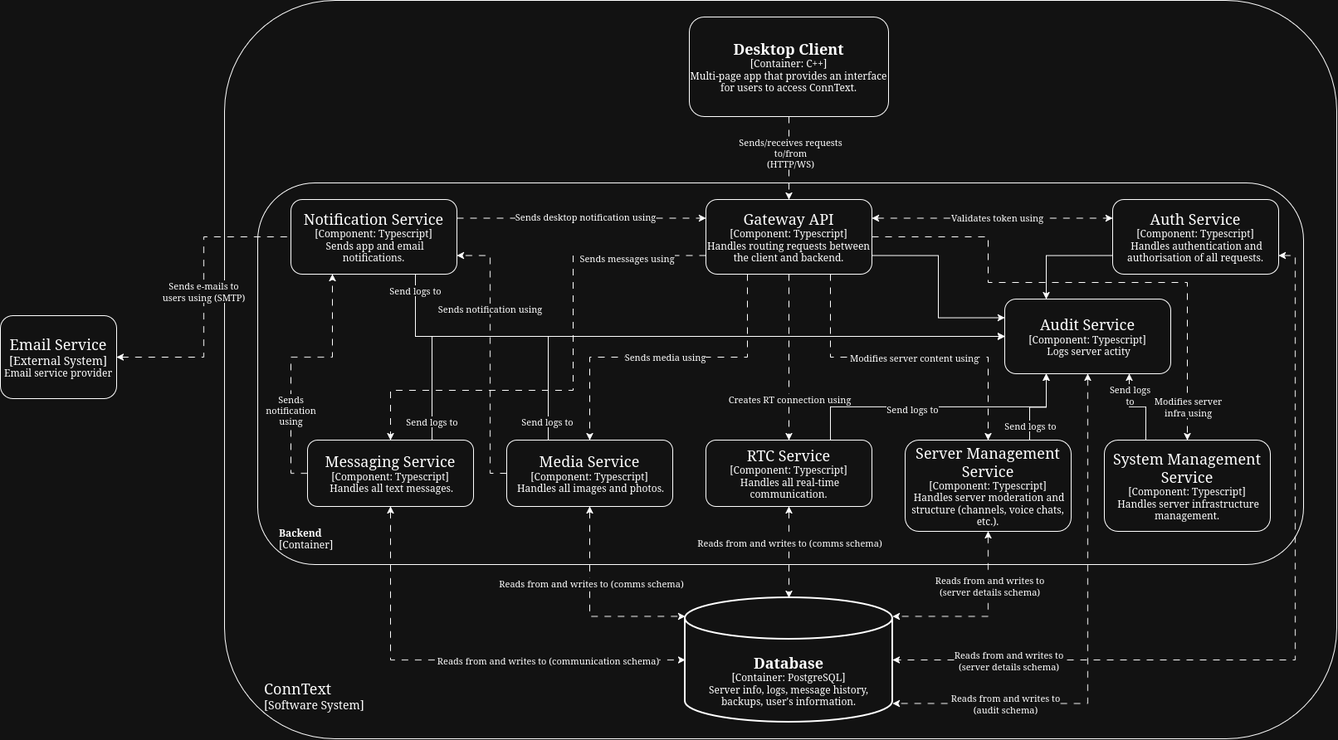
Before: Design/Architecture/Images/BackendComponentDiagram.png, a diagram exported from draw.io (Mx-Angel/ConnText-Docs). Source tidied: cells renumbered, new cells last; positions are measured from the earlier drawing's top-left corner, leaving out a move shared by most shapes.
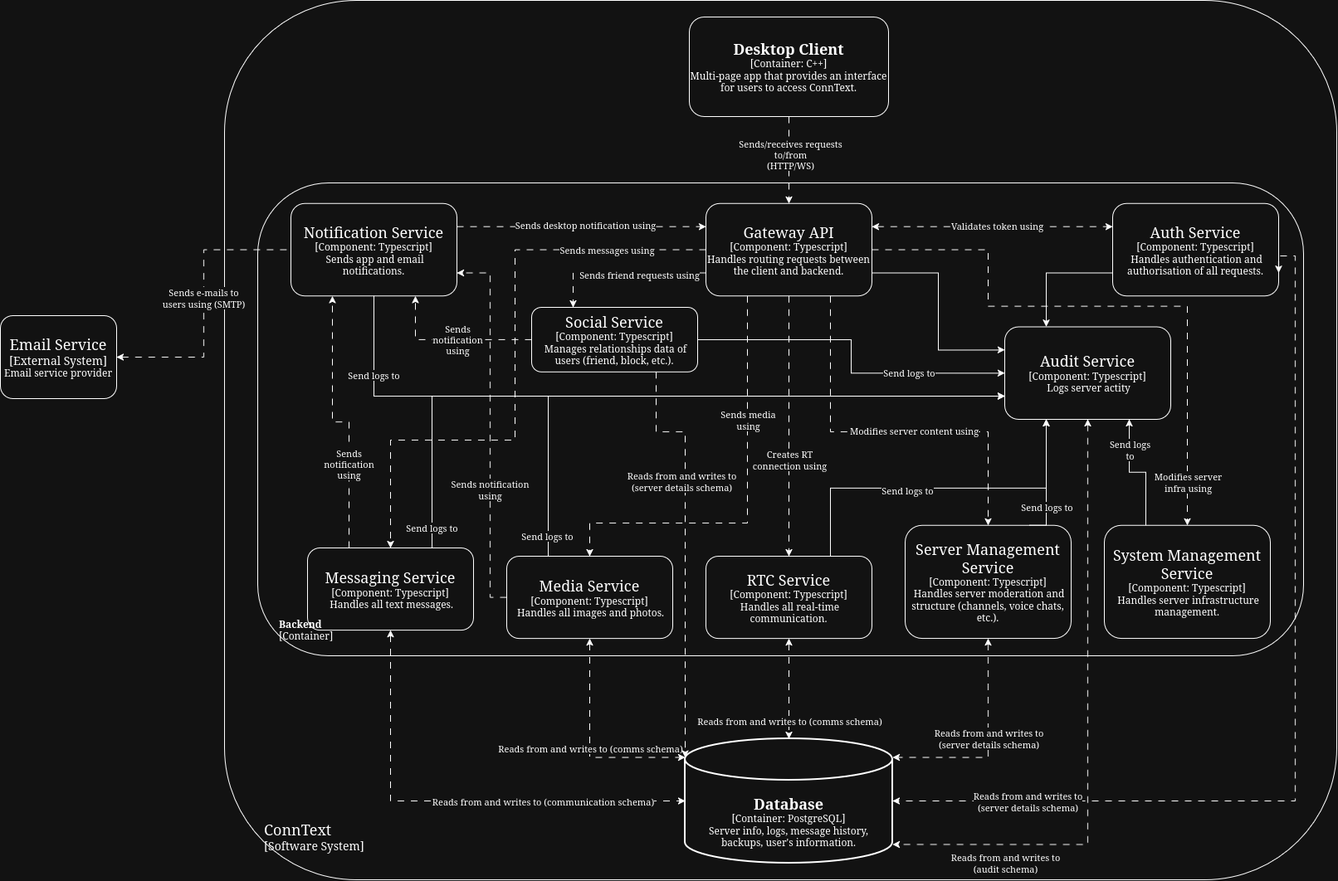
The same file after the commit.

Commit message:
Add social endpoints and microservice

- Add endpoints for social microservice
- Add error responses for social endpoints
- Update component diagram with social microservice

Change to the diagram source:
```diff
@@ -5,3 +5,3 @@
     <mxCell id="2" value="&lt;div&gt;&lt;font style=&quot;font-size: 18px;&quot;&gt;ConnText&lt;/font&gt;&lt;/div&gt;&lt;div&gt;&lt;font style=&quot;font-size: 14px;&quot;&gt;[Software System]&lt;/font&gt;&lt;/div&gt;" style="rounded=1;whiteSpace=wrap;html=1;labelBackgroundColor=none;fillColor=none;align=left;verticalAlign=bottom;labelPosition=center;verticalLabelPosition=middle;spacingBottom=30;spacingLeft=46;" parent="1" vertex="1">
-      <mxGeometry x="270" width="1340" height="890" as="geometry" />
+      <mxGeometry x="270" width="1340" height="1060" as="geometry" />
     </mxCell>
@@ -26,3 +26,3 @@
     <mxCell id="9" style="group;" parent="1" vertex="1">
-      <mxGeometry x="825" y="720" width="250" height="150" as="geometry" />
+      <mxGeometry x="825" y="890" width="250" height="150" as="geometry" />
     </mxCell>
@@ -37,6 +37,6 @@
     <mxCell id="12" style="group;fillColor=none;" parent="1" vertex="1">
-      <mxGeometry x="310" y="220" width="1280" height="460" as="geometry" />
+      <mxGeometry x="310" y="220" width="1280" height="570" as="geometry" />
     </mxCell>
     <mxCell id="13" value="&lt;div&gt;&lt;font&gt;&lt;b&gt;Backend&lt;/b&gt;&lt;/font&gt;&lt;/div&gt;&lt;div&gt;[Container]&lt;/div&gt;" style="rounded=1;whiteSpace=wrap;html=1;backgroundOutline=0;gradientColor=none;fillColor=none;align=left;verticalAlign=bottom;fontSize=12;spacingBottom=14;spacingRight=0;spacingLeft=24;" parent="12" vertex="1">
-      <mxGeometry width="1260" height="460" as="geometry" />
+      <mxGeometry width="1260" height="570" as="geometry" />
     </mxCell>
@@ -51,6 +51,14 @@
     </mxCell>
+    <mxCell id="67" style="edgeStyle=orthogonalEdgeStyle;rounded=0;jettySize=auto;html=1;exitX=0;exitY=0.75;exitDx=0;exitDy=0;entryX=0.25;entryY=0;entryDx=0;entryDy=0;dashed=1;dashPattern=8 8;" parent="12" edge="1" source="17" target="73">
+      <mxGeometry relative="1" as="geometry" />
+    </mxCell>
+    <mxCell id="68" value="Sends friend requests using" style="edgeLabel;html=1;align=center;verticalAlign=middle;" parent="67" vertex="1">
+      <mxGeometry x="-0.29" y="-3" relative="1" as="geometry">
+        <mxPoint x="-9" y="5" as="offset" />
+      </mxGeometry>
+    </mxCell>
     <mxCell id="17" value="&lt;div&gt;&lt;font style=&quot;font-size: 18px;&quot;&gt;Gateway API&lt;/font&gt;&lt;/div&gt;&lt;div&gt;[Component: Typescript]&lt;/div&gt;&lt;div&gt;Handles routing requests between the client and backend.&lt;/div&gt;" style="rounded=1;whiteSpace=wrap;html=1;fillColor=none;" parent="12" vertex="1">
-      <mxGeometry x="540" y="20" width="200" height="90" as="geometry" />
+      <mxGeometry x="540" y="24.8" width="200" height="111.5" as="geometry" />
     </mxCell>
-    <mxCell id="18" style="edgeStyle=orthogonalEdgeStyle;rounded=0;jettySize=auto;html=1;exitX=0;exitY=0.5;exitDx=0;exitDy=0;entryX=0.25;entryY=1;entryDx=0;entryDy=0;dashed=1;dashPattern=8 8;" parent="12" edge="1" source="22" target="53">
+    <mxCell id="18" style="edgeStyle=orthogonalEdgeStyle;rounded=0;jettySize=auto;html=1;exitX=0.25;exitY=0;exitDx=0;exitDy=0;entryX=0.25;entryY=1;entryDx=0;entryDy=0;dashed=1;dashPattern=8 8;" parent="12" edge="1" source="22" target="53">
       <mxGeometry relative="1" as="geometry" />
@@ -60,3 +68,3 @@
     </mxCell>
-    <mxCell id="20" style="edgeStyle=orthogonalEdgeStyle;rounded=0;jettySize=auto;html=1;exitX=0.75;exitY=0;exitDx=0;exitDy=0;entryX=0;entryY=0.5;entryDx=0;entryDy=0;" parent="12" edge="1" source="22" target="54">
+    <mxCell id="20" style="edgeStyle=orthogonalEdgeStyle;rounded=0;jettySize=auto;html=1;exitX=0.75;exitY=0;exitDx=0;exitDy=0;entryX=0;entryY=0.75;entryDx=0;entryDy=0;" parent="12" edge="1" source="22" target="54">
       <mxGeometry relative="1" as="geometry" />
@@ -67,3 +75,3 @@
     <mxCell id="22" value="&lt;div&gt;&lt;font style=&quot;font-size: 18px;&quot;&gt;Messaging Service&lt;/font&gt;&lt;/div&gt;&lt;div&gt;[Component: Typescript]&lt;/div&gt;&lt;div&gt;&amp;nbsp;Handles all text messages.&lt;/div&gt;" style="rounded=1;whiteSpace=wrap;html=1;fillColor=none;" parent="12" vertex="1">
-      <mxGeometry x="60" y="310" width="200" height="80" as="geometry" />
+      <mxGeometry x="60" y="440" width="200" height="99.1" as="geometry" />
     </mxCell>
@@ -72,4 +80,4 @@
         <Array as="points">
-          <mxPoint x="280" y="350" />
-          <mxPoint x="280" y="88" />
+          <mxPoint x="280" y="500" />
+          <mxPoint x="280" y="108" />
         </Array>
@@ -77,9 +85,13 @@
     </mxCell>
-    <mxCell id="24" value="Sends notification using" style="edgeLabel;html=1;align=center;verticalAlign=middle;" parent="23" vertex="1">
+    <mxCell id="24" value="&lt;div&gt;Sends notification&lt;/div&gt;&lt;div&gt;using&lt;/div&gt;" style="edgeLabel;html=1;align=center;verticalAlign=middle;" parent="23" vertex="1">
       <mxGeometry x="0.01" y="1" relative="1" as="geometry">
-        <mxPoint y="-55" as="offset" />
+        <mxPoint y="79" as="offset" />
       </mxGeometry>
     </mxCell>
-    <mxCell id="25" style="edgeStyle=orthogonalEdgeStyle;rounded=0;jettySize=auto;html=1;exitX=0.25;exitY=0;exitDx=0;exitDy=0;entryX=0;entryY=0.5;entryDx=0;entryDy=0;" parent="12" edge="1" source="27" target="54">
-      <mxGeometry relative="1" as="geometry" />
+    <mxCell id="25" style="edgeStyle=orthogonalEdgeStyle;rounded=0;jettySize=auto;html=1;exitX=0.25;exitY=0;exitDx=0;exitDy=0;entryX=0;entryY=0.75;entryDx=0;entryDy=0;" parent="12" edge="1" source="27" target="54">
+      <mxGeometry relative="1" as="geometry">
+        <Array as="points">
+          <mxPoint x="350" y="257" />
+        </Array>
+      </mxGeometry>
     </mxCell>
@@ -89,6 +101,11 @@
     <mxCell id="27" value="&lt;div&gt;&lt;font style=&quot;font-size: 18px;&quot;&gt;Media Service&lt;/font&gt;&lt;/div&gt;&lt;div&gt;[Component: Typescript]&lt;/div&gt;&lt;div&gt;&amp;nbsp;Handles all images and photos.&lt;/div&gt;" style="rounded=1;whiteSpace=wrap;html=1;fillColor=none;" parent="12" vertex="1">
-      <mxGeometry x="300" y="310" width="200" height="80" as="geometry" />
+      <mxGeometry x="300" y="450" width="200" height="99.1" as="geometry" />
     </mxCell>
     <mxCell id="28" style="edgeStyle=orthogonalEdgeStyle;rounded=0;jettySize=auto;html=1;exitX=0.75;exitY=0;exitDx=0;exitDy=0;entryX=0.25;entryY=1;entryDx=0;entryDy=0;" parent="12" edge="1" source="30" target="54">
-      <mxGeometry relative="1" as="geometry" />
+      <mxGeometry relative="1" as="geometry">
+        <Array as="points">
+          <mxPoint x="690" y="368" />
+          <mxPoint x="950" y="368" />
+        </Array>
+      </mxGeometry>
     </mxCell>
@@ -98,3 +115,3 @@
     <mxCell id="30" value="&lt;div&gt;&lt;font style=&quot;font-size: 18px;&quot;&gt;RTC Service&lt;/font&gt;&lt;/div&gt;&lt;div&gt;[Component: Typescript]&lt;/div&gt;&lt;div&gt;&amp;nbsp;Handles all real-time communication.&lt;/div&gt;" style="rounded=1;whiteSpace=wrap;html=1;fillColor=none;" parent="12" vertex="1">
-      <mxGeometry x="540" y="310" width="200" height="80" as="geometry" />
+      <mxGeometry x="540" y="450" width="200" height="99.1" as="geometry" />
     </mxCell>
@@ -102,3 +119,6 @@
       <mxGeometry relative="1" as="geometry">
-        <mxPoint x="950" y="230" as="targetPoint" />
+        <mxPoint x="950" y="285" as="targetPoint" />
+        <Array as="points">
+          <mxPoint x="950" y="413" />
+        </Array>
       </mxGeometry>
@@ -106,6 +126,8 @@
     <mxCell id="32" value="Send logs to" style="edgeLabel;html=1;align=center;verticalAlign=middle;" parent="31" vertex="1">
-      <mxGeometry x="-0.64" relative="1" as="geometry" />
+      <mxGeometry x="-0.64" relative="1" as="geometry">
+        <mxPoint y="-16" as="offset" />
+      </mxGeometry>
     </mxCell>
     <mxCell id="33" value="&lt;div&gt;&lt;font style=&quot;font-size: 18px;&quot;&gt;Server Management Service&lt;/font&gt;&lt;/div&gt;&lt;div&gt;[Component: Typescript]&lt;/div&gt;&lt;div&gt;&amp;nbsp;Handles server moderation and structure (channels, voice chats, etc.).&lt;/div&gt;" style="rounded=1;whiteSpace=wrap;html=1;fillColor=none;" parent="12" vertex="1">
-      <mxGeometry x="780" y="310" width="200" height="110" as="geometry" />
+      <mxGeometry x="780" y="412.8" width="200" height="136.3" as="geometry" />
     </mxCell>
@@ -114,3 +136,3 @@
     </mxCell>
-    <mxCell id="35" value="&lt;div&gt;Creates RT connection using&lt;/div&gt;" style="edgeLabel;html=1;align=center;verticalAlign=middle;" parent="34" vertex="1">
+    <mxCell id="35" value="&lt;div&gt;Creates RT&lt;/div&gt;&lt;div&gt;connection using&lt;/div&gt;" style="edgeLabel;html=1;align=center;verticalAlign=middle;" parent="34" vertex="1">
       <mxGeometry x="-0.18" y="-1" relative="1" as="geometry">
@@ -120,15 +142,20 @@
     <mxCell id="36" style="edgeStyle=orthogonalEdgeStyle;rounded=0;jettySize=auto;html=1;exitX=0.25;exitY=1;exitDx=0;exitDy=0;entryX=0.5;entryY=0;entryDx=0;entryDy=0;dashed=1;dashPattern=8 8;" parent="12" edge="1" source="17" target="27">
-      <mxGeometry relative="1" as="geometry" />
+      <mxGeometry relative="1" as="geometry">
+        <Array as="points">
+          <mxPoint x="590" y="410" />
+          <mxPoint x="400" y="410" />
+        </Array>
+      </mxGeometry>
     </mxCell>
-    <mxCell id="37" value="Sends media using" style="edgeLabel;html=1;align=center;verticalAlign=middle;" parent="36" vertex="1">
+    <mxCell id="37" value="&lt;div&gt;Sends media&lt;/div&gt;&lt;div&gt;using&lt;/div&gt;" style="edgeLabel;html=1;align=center;verticalAlign=middle;" parent="36" vertex="1">
       <mxGeometry x="0.56" relative="1" as="geometry">
-        <mxPoint x="90" y="-14" as="offset" />
+        <mxPoint x="119" y="-125" as="offset" />
       </mxGeometry>
     </mxCell>
-    <mxCell id="38" style="edgeStyle=orthogonalEdgeStyle;rounded=0;jettySize=auto;html=1;exitX=0;exitY=0.75;exitDx=0;exitDy=0;entryX=0.5;entryY=0;entryDx=0;entryDy=0;dashed=1;dashPattern=8 8;" parent="12" edge="1" source="17" target="22">
+    <mxCell id="38" style="edgeStyle=orthogonalEdgeStyle;rounded=0;jettySize=auto;html=1;exitX=0;exitY=0.5;exitDx=0;exitDy=0;entryX=0.5;entryY=0;entryDx=0;entryDy=0;dashed=1;dashPattern=8 8;" parent="12" edge="1" source="17" target="22">
       <mxGeometry relative="1" as="geometry">
         <Array as="points">
-          <mxPoint x="380" y="88" />
-          <mxPoint x="380" y="250" />
-          <mxPoint x="160" y="250" />
+          <mxPoint x="310" y="81" />
+          <mxPoint x="310" y="310" />
+          <mxPoint x="160" y="310" />
         </Array>
@@ -138,3 +165,3 @@
       <mxGeometry x="0.75" relative="1" as="geometry">
-        <mxPoint x="270" y="-160" as="offset" />
+        <mxPoint x="260" y="-268" as="offset" />
       </mxGeometry>
@@ -142,3 +169,8 @@
     <mxCell id="40" style="edgeStyle=orthogonalEdgeStyle;rounded=0;jettySize=auto;html=1;exitX=0.75;exitY=1;exitDx=0;exitDy=0;entryX=0.5;entryY=0;entryDx=0;entryDy=0;dashed=1;dashPattern=8 8;" parent="12" edge="1" source="17" target="33">
-      <mxGeometry relative="1" as="geometry" />
+      <mxGeometry relative="1" as="geometry">
+        <Array as="points">
+          <mxPoint x="690" y="300" />
+          <mxPoint x="880" y="300" />
+        </Array>
+      </mxGeometry>
     </mxCell>
@@ -152,5 +184,5 @@
         <Array as="points">
-          <mxPoint x="880" y="65" />
-          <mxPoint x="880" y="120" />
-          <mxPoint x="1120" y="120" />
+          <mxPoint x="880" y="80.5" />
+          <mxPoint x="880" y="148.7" />
+          <mxPoint x="1120" y="148.7" />
         </Array>
@@ -167,3 +199,3 @@
     <mxCell id="45" value="&lt;div&gt;&lt;font style=&quot;font-size: 18px;&quot;&gt;Auth Service&lt;/font&gt;&lt;/div&gt;&lt;div&gt;[Component: Typescript]&lt;/div&gt;&lt;div&gt;&amp;nbsp;Handles authentication and authorisation of all requests.&lt;/div&gt;" style="rounded=1;whiteSpace=wrap;html=1;fillColor=none;" parent="12" vertex="1">
-      <mxGeometry x="1030" y="20" width="200" height="90" as="geometry" />
+      <mxGeometry x="1030" y="24.8" width="200" height="111.5" as="geometry" />
     </mxCell>
@@ -176,3 +208,3 @@
     <mxCell id="48" value="&lt;div&gt;&lt;font style=&quot;font-size: 18px;&quot;&gt;System Management Service&lt;/font&gt;&lt;/div&gt;&lt;div&gt;[Component: Typescript]&lt;/div&gt;&lt;div&gt;&amp;nbsp;Handles server infrastructure management.&lt;/div&gt;" style="rounded=1;whiteSpace=wrap;html=1;fillColor=none;" parent="12" vertex="1">
-      <mxGeometry x="1020" y="310" width="200" height="110" as="geometry" />
+      <mxGeometry x="1020" y="412.8" width="200" height="136.3" as="geometry" />
     </mxCell>
@@ -186,3 +218,3 @@
     </mxCell>
-    <mxCell id="51" style="edgeStyle=orthogonalEdgeStyle;rounded=0;jettySize=auto;html=1;exitX=0.75;exitY=1;exitDx=0;exitDy=0;entryX=0;entryY=0.5;entryDx=0;entryDy=0;" parent="12" edge="1" source="53" target="54">
+    <mxCell id="51" style="edgeStyle=orthogonalEdgeStyle;rounded=0;jettySize=auto;html=1;exitX=0.5;exitY=1;exitDx=0;exitDy=0;entryX=0;entryY=0.75;entryDx=0;entryDy=0;" parent="12" edge="1" source="53" target="54">
       <mxGeometry relative="1" as="geometry" />
@@ -191,3 +223,3 @@
       <mxGeometry x="-0.9" y="-1" relative="1" as="geometry">
-        <mxPoint y="-19" as="offset" />
+        <mxPoint y="52" as="offset" />
       </mxGeometry>
@@ -195,7 +227,28 @@
     <mxCell id="53" value="&lt;div&gt;&lt;font style=&quot;font-size: 18px;&quot;&gt;Notification Service&lt;/font&gt;&lt;/div&gt;&lt;div&gt;[Component: Typescript]&lt;/div&gt;&lt;div&gt;&amp;nbsp;Sends app and email notifications.&lt;/div&gt;" style="rounded=1;whiteSpace=wrap;html=1;fillColor=none;" parent="12" vertex="1">
-      <mxGeometry x="40" y="20" width="200" height="90" as="geometry" />
+      <mxGeometry x="40" y="24.8" width="200" height="111.5" as="geometry" />
     </mxCell>
     <mxCell id="54" value="&lt;div&gt;&lt;font style=&quot;font-size: 18px;&quot;&gt;Audit Service&lt;/font&gt;&lt;/div&gt;&lt;div&gt;[Component: Typescript]&lt;/div&gt;&lt;div&gt;&amp;nbsp;Logs server actity&lt;/div&gt;" style="rounded=1;whiteSpace=wrap;html=1;fillColor=none;" parent="12" vertex="1">
-      <mxGeometry x="900" y="140" width="200" height="90" as="geometry" />
+      <mxGeometry x="900" y="173.5" width="200" height="111.5" as="geometry" />
     </mxCell>
+    <mxCell id="69" style="edgeStyle=orthogonalEdgeStyle;rounded=0;jettySize=auto;html=1;exitX=0;exitY=0.5;exitDx=0;exitDy=0;entryX=0.75;entryY=1;entryDx=0;entryDy=0;dashed=1;dashPattern=8 8;" parent="12" edge="1" source="73" target="53">
+      <mxGeometry relative="1" as="geometry">
+        <Array as="points">
+          <mxPoint x="190" y="189" />
+        </Array>
+      </mxGeometry>
+    </mxCell>
+    <mxCell id="70" value="&lt;div&gt;Sends&lt;/div&gt;&lt;div&gt;notification&lt;/div&gt;&lt;div&gt;using&lt;/div&gt;" style="edgeLabel;html=1;align=center;verticalAlign=middle;" parent="69" vertex="1">
+      <mxGeometry x="-0.2" y="-3" relative="1" as="geometry">
+        <mxPoint x="-13" y="3" as="offset" />
+      </mxGeometry>
+    </mxCell>
+    <mxCell id="71" style="edgeStyle=orthogonalEdgeStyle;rounded=0;jettySize=auto;html=1;exitX=1;exitY=0.5;exitDx=0;exitDy=0;entryX=0;entryY=0.5;entryDx=0;entryDy=0;" parent="12" edge="1" source="73" target="54">
+      <mxGeometry relative="1" as="geometry" />
+    </mxCell>
+    <mxCell id="72" value="Send logs to" style="edgeLabel;html=1;align=center;verticalAlign=middle;" parent="71" vertex="1">
+      <mxGeometry x="0.43" y="1" relative="1" as="geometry" />
+    </mxCell>
+    <mxCell id="73" value="&lt;div&gt;&lt;font style=&quot;font-size: 18px;&quot;&gt;Social Service&lt;/font&gt;&lt;/div&gt;&lt;div&gt;[Component: Typescript]&lt;/div&gt;&lt;div&gt;&amp;nbsp;Manages relationships data of users (friend, block, etc.).&lt;/div&gt;" style="rounded=1;whiteSpace=wrap;html=1;fillColor=none;" parent="12" vertex="1">
+      <mxGeometry x="330" y="150" width="200" height="77.8" as="geometry" />
+    </mxCell>
     <mxCell id="55" style="edgeStyle=orthogonalEdgeStyle;rounded=0;jettySize=auto;html=1;entryX=0;entryY=0.5;entryDx=0;entryDy=0;entryPerimeter=0;exitX=0.5;exitY=1;exitDx=0;exitDy=0;dashed=1;dashPattern=8 8;startArrow=classic;startFill=1;" parent="1" edge="1" source="22" target="10">
@@ -210,3 +263,5 @@
     <mxCell id="58" value="Reads from and writes to (comms schema)" style="edgeLabel;html=1;align=center;verticalAlign=middle;" parent="57" vertex="1">
-      <mxGeometry x="-0.26" y="1" relative="1" as="geometry" />
+      <mxGeometry x="-0.26" y="1" relative="1" as="geometry">
+        <mxPoint x="-1" y="37" as="offset" />
+      </mxGeometry>
     </mxCell>
@@ -216,3 +271,5 @@
     <mxCell id="60" value="Reads from and writes to (comms schema)" style="edgeLabel;html=1;align=center;verticalAlign=middle;" parent="59" vertex="1">
-      <mxGeometry x="-0.2" relative="1" as="geometry" />
+      <mxGeometry x="-0.2" relative="1" as="geometry">
+        <mxPoint y="52" as="offset" />
+      </mxGeometry>
     </mxCell>
@@ -222,3 +279,5 @@
     <mxCell id="62" value="&lt;div&gt;Reads from and writes to&lt;/div&gt;&lt;div&gt;(server details schema)&lt;/div&gt;" style="edgeLabel;html=1;align=center;verticalAlign=middle;" parent="61" vertex="1">
-      <mxGeometry x="-0.39" y="1" relative="1" as="geometry" />
+      <mxGeometry x="-0.39" y="1" relative="1" as="geometry">
+        <mxPoint x="-1" y="43" as="offset" />
+      </mxGeometry>
     </mxCell>
@@ -229,3 +288,3 @@
       <mxGeometry x="0.31" relative="1" as="geometry">
-        <mxPoint x="-84" as="offset" />
+        <mxPoint x="-100" y="46" as="offset" />
       </mxGeometry>
@@ -236,3 +295,3 @@
           <mxPoint x="1560" y="308" />
-          <mxPoint x="1560" y="795" />
+          <mxPoint x="1560" y="965" />
         </Array>
@@ -245,2 +304,15 @@
     </mxCell>
+    <mxCell id="74" style="edgeStyle=orthogonalEdgeStyle;rounded=0;jettySize=auto;html=1;exitX=0.75;exitY=1;exitDx=0;exitDy=0;entryX=0;entryY=0.15;entryDx=0;entryDy=0;entryPerimeter=0;dashed=1;dashPattern=8 8;" parent="1" edge="1" source="73" target="10">
+      <mxGeometry relative="1" as="geometry">
+        <Array as="points">
+          <mxPoint x="790" y="520" />
+          <mxPoint x="825" y="520" />
+        </Array>
+      </mxGeometry>
+    </mxCell>
+    <mxCell id="75" value="&lt;div&gt;Reads from and writes to&lt;/div&gt;&lt;div&gt;(server details schema)&lt;/div&gt;" style="edgeLabel;html=1;align=center;verticalAlign=middle;" parent="74" vertex="1">
+      <mxGeometry x="-0.48" y="-1" relative="1" as="geometry">
+        <mxPoint x="-4" y="37" as="offset" />
+      </mxGeometry>
+    </mxCell>
   </root>
```
